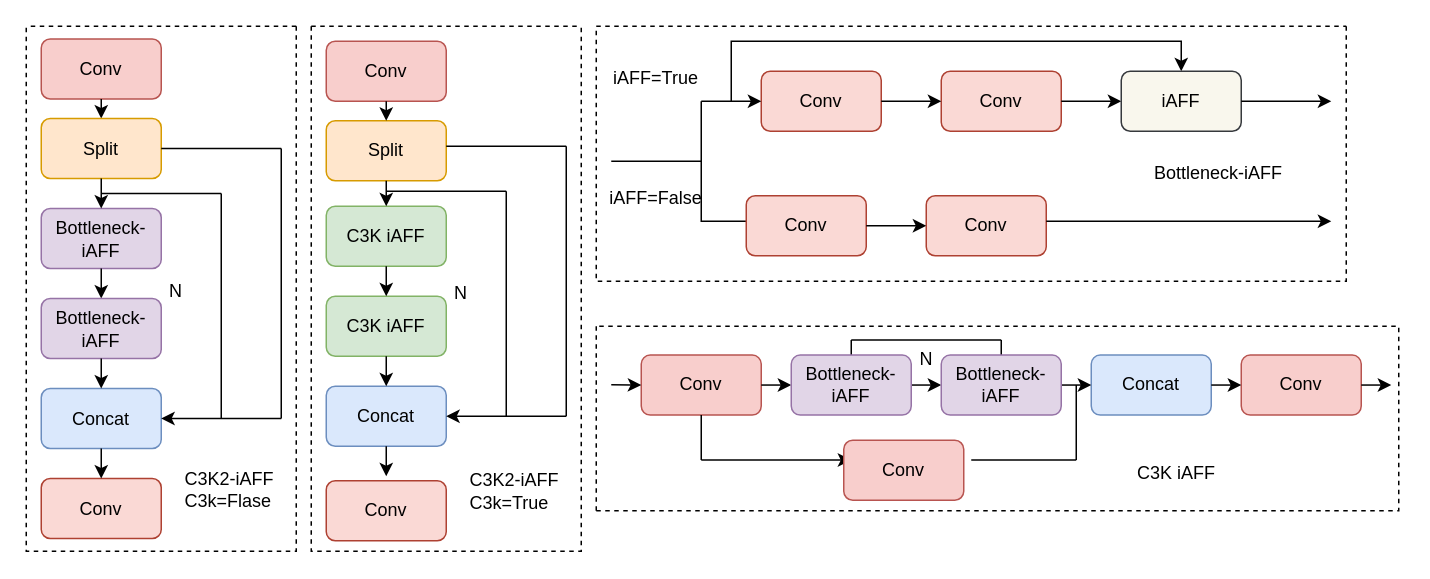
Before: C3K2-iAFF.drawio in lgq622/long, a draw.io diagram. Source tidied: cells renumbered, new cells numbered last; positions are measured from the earlier drawing's top-left corner, leaving out a move shared by most shapes. Both pictures are drawn from the tidied source at 150%, with x=0, y=0 at pixel (26, 26).
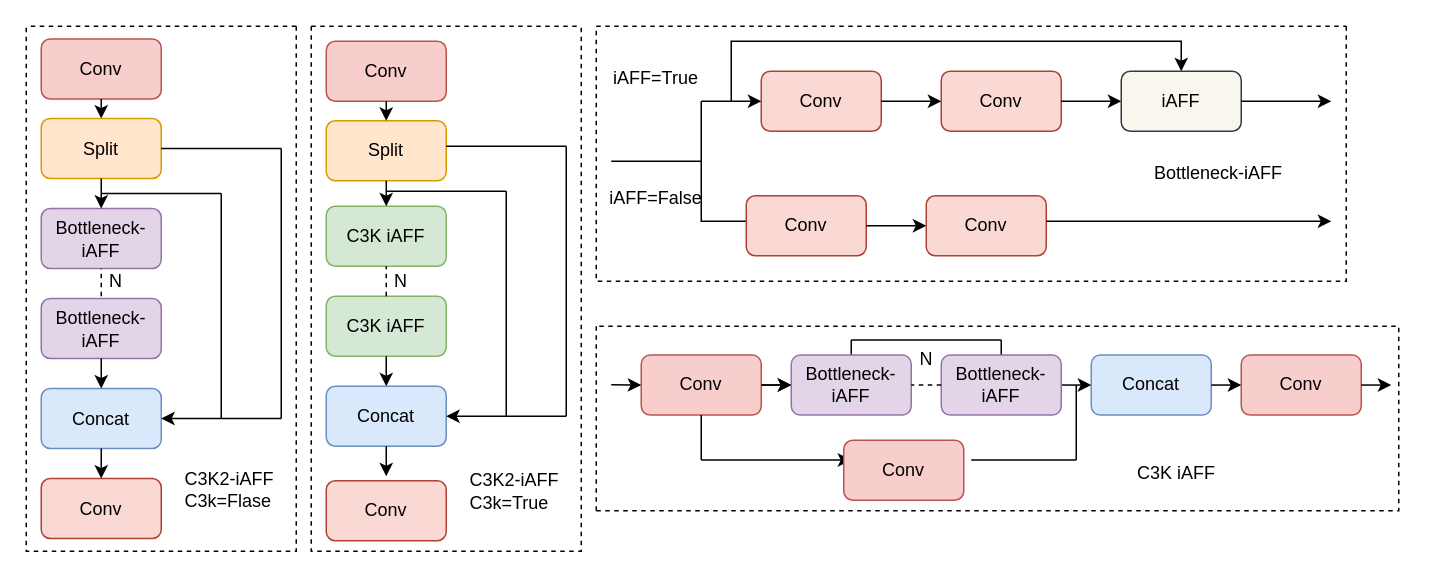
The same diagram, later.

Unchanged cells that the change refers to:
```xml
<mxCell id="2" value="Bottleneck-iAFF" style="rounded=1;whiteSpace=wrap;html=1;fillColor=#e1d5e7;strokeColor=#9673a6;" parent="1" vertex="1">
  <mxGeometry x="10" y="121.5" width="80" height="40" as="geometry" />
</mxCell>
<mxCell id="5" value="Split" style="rounded=1;whiteSpace=wrap;html=1;fillColor=#ffe6cc;strokeColor=#d79b00;" parent="1" vertex="1">
  <mxGeometry x="10" y="61.5" width="80" height="40" as="geometry" />
</mxCell>
<mxCell id="22" value="C3K iAFF" style="rounded=1;whiteSpace=wrap;html=1;fillColor=#d5e8d4;strokeColor=#82b366;direction=east;" parent="1" vertex="1">
  <mxGeometry x="200" y="120" width="80" height="40" as="geometry" />
</mxCell>
<mxCell id="24" value="C3K iAFF" style="rounded=1;whiteSpace=wrap;html=1;fillColor=#d5e8d4;strokeColor=#82b366;direction=east;" parent="1" vertex="1">
  <mxGeometry x="200" y="180" width="80" height="40" as="geometry" />
</mxCell>
<mxCell id="35" value="Conv" style="rounded=1;whiteSpace=wrap;html=1;fillColor=#f8cecc;strokeColor=#b85450;rotation=0;direction=east;" parent="1" vertex="1">
  <mxGeometry x="410" y="219.2" width="80" height="40" as="geometry" />
</mxCell>
<mxCell id="63" value="Bottleneck-iAFF" style="rounded=1;whiteSpace=wrap;html=1;fillColor=#e1d5e7;strokeColor=#9673a6;" parent="1" vertex="1">
  <mxGeometry x="510" y="219.2" width="80" height="40" as="geometry" />
</mxCell>
<mxCell id="64" value="Bottleneck-iAFF" style="rounded=1;whiteSpace=wrap;html=1;fillColor=#e1d5e7;strokeColor=#9673a6;" parent="1" vertex="1">
  <mxGeometry x="610" y="219.2" width="80" height="40" as="geometry" />
</mxCell>
```

Diff of the diagram source:
```diff
@@
-    <mxCell id="6" style="endArrow=classic;html=1;rounded=0;exitX=0.5;exitY=1;exitDx=0;exitDy=0;" parent="1" edge="1" source="2">
-      <mxGeometry relative="1" as="geometry">
-        <mxPoint x="50" y="181.5" as="targetPoint" />
-      </mxGeometry>
-    </mxCell>
@@
-    <mxCell id="8" style="endArrow=classic;html=1;rounded=0;exitX=0.5;exitY=1;exitDx=0;exitDy=0;" parent="1" edge="1" source="5">
-      <mxGeometry relative="1" as="geometry">
-        <mxPoint x="50" y="121.5" as="targetPoint" />
-      </mxGeometry>
-    </mxCell>
@@
-    <mxCell id="25" style="endArrow=classic;html=1;rounded=0;exitX=0.5;exitY=1;exitDx=0;exitDy=0;entryX=0.5;entryY=0;entryDx=0;entryDy=0;" parent="1" edge="1" source="22" target="24">
-      <mxGeometry relative="1" as="geometry" />
-    </mxCell>
@@
+    <mxCell id="84" style="edgeStyle=orthogonalEdgeStyle;rounded=0;jettySize=auto;html=1;" parent="1" edge="1" source="35" target="63">
+      <mxGeometry relative="1" as="geometry" />
+    </mxCell>
@@
-    <mxCell id="37" style="endArrow=classic;html=1;rounded=0;exitX=0;exitY=0.5;exitDx=0;exitDy=0;" parent="1" edge="1">
-      <mxGeometry relative="1" as="geometry">
-        <mxPoint x="590" y="239.2" as="sourcePoint" />
-        <mxPoint x="610" y="239.2" as="targetPoint" />
-      </mxGeometry>
-    </mxCell>
@@
-    <mxCell id="60" value="N" style="text;html=1;align=center;verticalAlign=middle;whiteSpace=wrap;rounded=0;" parent="1" vertex="1">
-      <mxGeometry x="70" y="161.5" width="60" height="30" as="geometry" />
-    </mxCell>
-    <mxCell id="61" value="N" style="text;html=1;align=center;verticalAlign=middle;whiteSpace=wrap;rounded=0;direction=east;" parent="1" vertex="1">
-      <mxGeometry x="260" y="163" width="60" height="30" as="geometry" />
-    </mxCell>
@@
+    <mxCell id="85" value="N" style="text;html=1;align=center;verticalAlign=middle;whiteSpace=wrap;rounded=0;" parent="1" vertex="1">
+      <mxGeometry x="30" y="150" width="60" height="40" as="geometry" />
+    </mxCell>
+    <mxCell id="86" style="endArrow=classic;html=1;rounded=0;exitX=0.5;exitY=1;exitDx=0;exitDy=0;entryX=0.5;entryY=0;entryDx=0;entryDy=0;" parent="1" edge="1" source="5" target="2">
+      <mxGeometry relative="1" as="geometry" />
+    </mxCell>
+    <mxCell id="87" style="endArrow=none;dashed=1;html=1;rounded=0;entryX=0.5;entryY=1;entryDx=0;entryDy=0;" parent="1" edge="1" target="2">
+      <mxGeometry relative="1" as="geometry">
+        <mxPoint x="50" y="180" as="sourcePoint" />
+      </mxGeometry>
+    </mxCell>
+    <mxCell id="88" style="endArrow=none;dashed=1;html=1;rounded=0;entryX=0.5;entryY=1;entryDx=0;entryDy=0;exitX=0.5;exitY=0;exitDx=0;exitDy=0;" parent="1" edge="1" source="24" target="22">
+      <mxGeometry relative="1" as="geometry" />
+    </mxCell>
+    <mxCell id="89" value="N" style="text;html=1;align=center;verticalAlign=middle;whiteSpace=wrap;rounded=0;" parent="1" vertex="1">
+      <mxGeometry x="220" y="150" width="60" height="40" as="geometry" />
+    </mxCell>
+    <mxCell id="90" style="endArrow=none;dashed=1;html=1;rounded=0;entryX=1;entryY=0.5;entryDx=0;entryDy=0;exitX=0;exitY=0.5;exitDx=0;exitDy=0;" parent="1" edge="1" source="64" target="63">
+      <mxGeometry relative="1" as="geometry" />
+    </mxCell>
```
